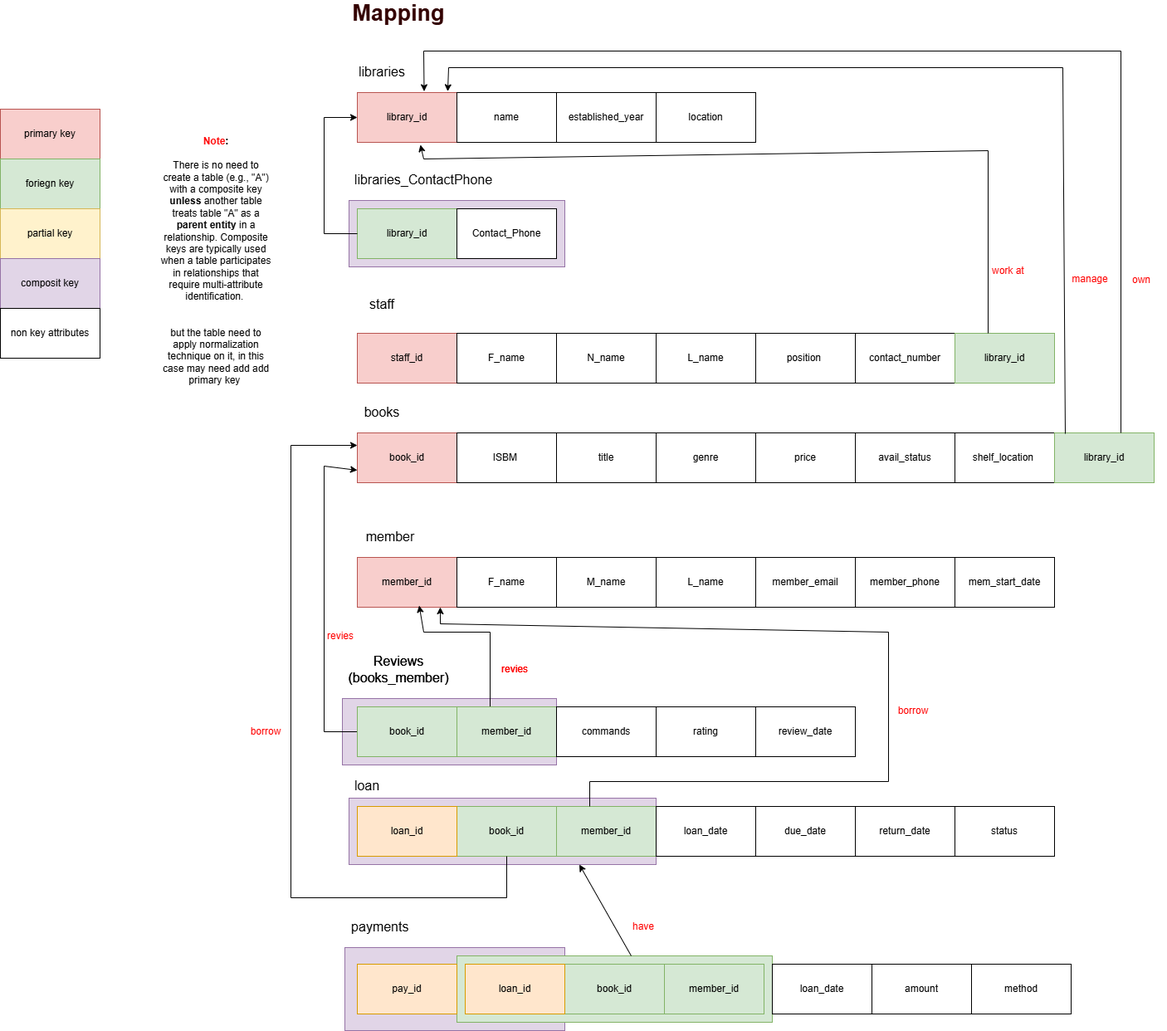
Above: images/Mapping.png in FatemaAlsaaidi/Library-Management-System---DB-Project-Part1- (draw.io), before the change. Source tidied: cells renumbered, new cells last; positions are measured from the earlier drawing's top-left corner, leaving out a move shared by most shapes.
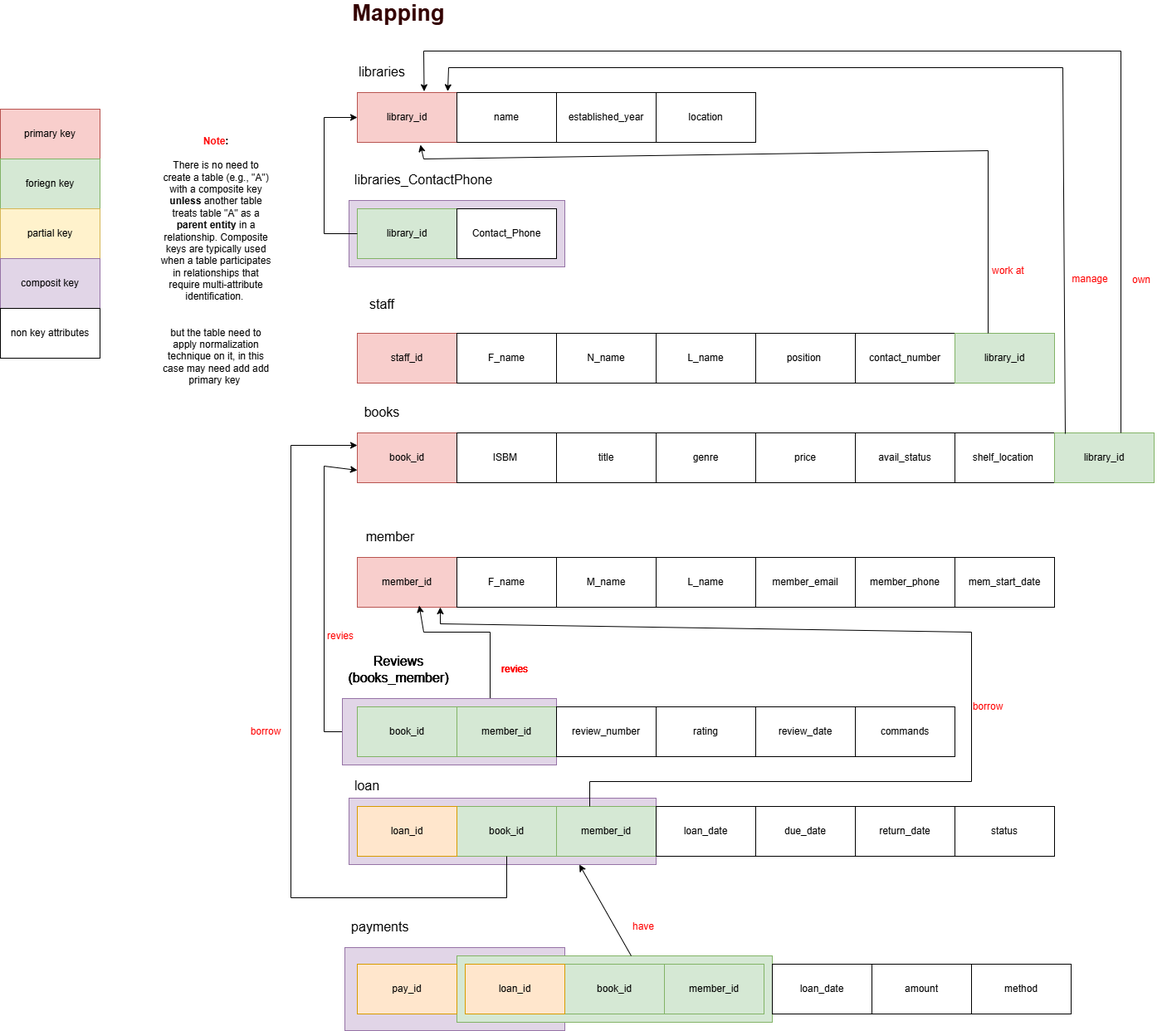
After the change.

Commit message:
updata Mapping digram for the system

The edit, as a diff of the source:
```diff
@@ -2,9 +2,9 @@
   <root>
     <mxCell id="0" />
     <mxCell id="1" parent="0" />
-    <mxCell id="2" style="rounded=0;whiteSpace=wrap;html=1;fillColor=#e1d5e7;strokeColor=#9673a6;" parent="1" vertex="1">
-      <mxGeometry x="412" y="840" width="258" height="80" as="geometry" />
-    </mxCell>
+    <mxCell id="93" style="rounded=0;whiteSpace=wrap;html=1;fillColor=#e1d5e7;strokeColor=#9673a6;" parent="1" vertex="1">
+      <mxGeometry x="412" y="840" width="258" height="80" as="geometry" />
+    </mxCell>
     <mxCell id="3" style="rounded=0;whiteSpace=wrap;html=1;fillColor=#e1d5e7;strokeColor=#9673a6;" parent="1" vertex="1">
       <mxGeometry x="420" y="240" width="260" height="80" as="geometry" />
     </mxCell>
@@ -68,24 +68,24 @@
     <mxCell id="23" value="library_id" style="rounded=0;whiteSpace=wrap;html=1;fillColor=#d5e8d4;strokeColor=#82b366;" parent="1" vertex="1">
       <mxGeometry x="1150" y="400" width="120" height="60" as="geometry" />
     </mxCell>
-    <mxCell id="24" style="endArrow=classic;html=1;rounded=0;entryX=0;entryY=0.5;entryDx=0;entryDy=0;" parent="1" edge="1" target="8">
-      <mxGeometry relative="1" as="geometry">
-        <mxPoint x="430" y="280" as="sourcePoint" />
-        <Array as="points">
-          <mxPoint x="390" y="280" />
-          <mxPoint x="390" y="140" />
-        </Array>
-      </mxGeometry>
-    </mxCell>
-    <mxCell id="25" style="endArrow=classic;html=1;rounded=0;entryX=0.633;entryY=1.05;entryDx=0;entryDy=0;entryPerimeter=0;" parent="1" edge="1" target="8">
-      <mxGeometry relative="1" as="geometry">
-        <mxPoint x="1190" y="400" as="sourcePoint" />
-        <Array as="points">
-          <mxPoint x="1190" y="180" />
-          <mxPoint x="510" y="190" />
-        </Array>
-      </mxGeometry>
-    </mxCell>
+    <mxCell id="94" style="endArrow=classic;html=1;rounded=0;entryX=0;entryY=0.5;entryDx=0;entryDy=0;" parent="1" edge="1" target="8">
+      <mxGeometry relative="1" as="geometry">
+        <mxPoint x="430" y="280" as="sourcePoint" />
+        <Array as="points">
+          <mxPoint x="390" y="280" />
+          <mxPoint x="390" y="140" />
+        </Array>
+      </mxGeometry>
+    </mxCell>
+    <mxCell id="95" style="endArrow=classic;html=1;rounded=0;entryX=0.633;entryY=1.05;entryDx=0;entryDy=0;entryPerimeter=0;" parent="1" edge="1" target="8">
+      <mxGeometry relative="1" as="geometry">
+        <mxPoint x="1190" y="400" as="sourcePoint" />
+        <Array as="points">
+          <mxPoint x="1190" y="180" />
+          <mxPoint x="510" y="190" />
+        </Array>
+      </mxGeometry>
+    </mxCell>
     <mxCell id="26" value="&lt;font style=&quot;color: rgb(255, 0, 0);&quot;&gt;work at&amp;nbsp;&lt;/font&gt;" style="text;html=1;align=center;verticalAlign=middle;whiteSpace=wrap;rounded=0;" parent="1" vertex="1">
       <mxGeometry x="1186" y="310" width="60" height="30" as="geometry" />
     </mxCell>
@@ -127,15 +127,15 @@
     <mxCell id="37" value="&lt;font style=&quot;color: rgb(255, 0, 0);&quot;&gt;manage&lt;/font&gt;" style="text;html=1;align=center;verticalAlign=middle;whiteSpace=wrap;rounded=0;" parent="1" vertex="1">
       <mxGeometry x="1283" y="320" width="60" height="30" as="geometry" />
     </mxCell>
-    <mxCell id="38" style="endArrow=classic;html=1;rounded=0;entryX=0.671;entryY=-0.025;entryDx=0;entryDy=0;entryPerimeter=0;" parent="1" edge="1" target="8">
-      <mxGeometry relative="1" as="geometry">
-        <mxPoint x="1350" y="520" as="sourcePoint" />
-        <Array as="points">
-          <mxPoint x="1350" y="60" />
-          <mxPoint x="510" y="60" />
-        </Array>
-      </mxGeometry>
-    </mxCell>
+    <mxCell id="96" style="endArrow=classic;html=1;rounded=0;entryX=0.671;entryY=-0.025;entryDx=0;entryDy=0;entryPerimeter=0;" parent="1" edge="1" target="8">
+      <mxGeometry relative="1" as="geometry">
+        <mxPoint x="1350" y="520" as="sourcePoint" />
+        <Array as="points">
+          <mxPoint x="1350" y="60" />
+          <mxPoint x="510" y="60" />
+        </Array>
+      </mxGeometry>
+    </mxCell>
     <mxCell id="39" value="&lt;font color=&quot;#ff0000&quot;&gt;own&lt;/font&gt;" style="text;html=1;align=center;verticalAlign=middle;whiteSpace=wrap;rounded=0;" parent="1" vertex="1">
       <mxGeometry x="1345" y="321" width="60" height="30" as="geometry" />
     </mxCell>
@@ -175,41 +175,41 @@
     <mxCell id="51" value="status" style="rounded=0;whiteSpace=wrap;html=1;" parent="1" vertex="1">
       <mxGeometry x="1150" y="970" width="120" height="60" as="geometry" />
     </mxCell>
-    <mxCell id="52" value="&lt;font style=&quot;font-size: 16px;&quot;&gt;Reviews (books_member)&lt;/font&gt;" style="text;html=1;align=center;verticalAlign=middle;whiteSpace=wrap;rounded=0;" parent="1" vertex="1">
-      <mxGeometry x="415" y="790" width="130" height="30" as="geometry" />
-    </mxCell>
-    <mxCell id="53" value="book_id" style="rounded=0;whiteSpace=wrap;html=1;fillColor=#d5e8d4;strokeColor=#82b366;" parent="1" vertex="1">
-      <mxGeometry x="430" y="850" width="120" height="60" as="geometry" />
-    </mxCell>
-    <mxCell id="54" value="member_id" style="rounded=0;whiteSpace=wrap;html=1;fillColor=#d5e8d4;strokeColor=#82b366;" parent="1" vertex="1">
-      <mxGeometry x="550" y="850" width="120" height="60" as="geometry" />
-    </mxCell>
-    <mxCell id="55" value="commands" style="rounded=0;whiteSpace=wrap;html=1;" parent="1" vertex="1">
-      <mxGeometry x="670" y="850" width="120" height="60" as="geometry" />
-    </mxCell>
-    <mxCell id="56" value="rating" style="rounded=0;whiteSpace=wrap;html=1;" parent="1" vertex="1">
-      <mxGeometry x="790" y="850" width="120" height="60" as="geometry" />
-    </mxCell>
-    <mxCell id="57" value="review_date" style="rounded=0;whiteSpace=wrap;html=1;" parent="1" vertex="1">
-      <mxGeometry x="910" y="850" width="120" height="60" as="geometry" />
-    </mxCell>
-    <mxCell id="58" style="endArrow=classic;html=1;rounded=0;entryX=0.621;entryY=0.967;entryDx=0;entryDy=0;entryPerimeter=0;" parent="1" edge="1" target="41">
-      <mxGeometry relative="1" as="geometry">
-        <mxPoint x="590" y="850" as="sourcePoint" />
-        <Array as="points">
-          <mxPoint x="590" y="760" />
-          <mxPoint x="510" y="760" />
-        </Array>
-      </mxGeometry>
-    </mxCell>
-    <mxCell id="59" style="endArrow=classic;html=1;rounded=0;exitX=0;exitY=0.5;exitDx=0;exitDy=0;entryX=0;entryY=0.75;entryDx=0;entryDy=0;" parent="1" edge="1" source="53" target="28">
-      <mxGeometry relative="1" as="geometry">
-        <Array as="points">
-          <mxPoint x="390" y="880" />
-          <mxPoint x="390" y="560" />
-        </Array>
-      </mxGeometry>
-    </mxCell>
+    <mxCell id="97" value="&lt;font style=&quot;font-size: 16px;&quot;&gt;Reviews (books_member)&lt;/font&gt;" style="text;html=1;align=center;verticalAlign=middle;whiteSpace=wrap;rounded=0;" parent="1" vertex="1">
+      <mxGeometry x="415" y="790" width="130" height="30" as="geometry" />
+    </mxCell>
+    <mxCell id="98" value="book_id" style="rounded=0;whiteSpace=wrap;html=1;fillColor=#d5e8d4;strokeColor=#82b366;" parent="1" vertex="1">
+      <mxGeometry x="430" y="850" width="120" height="60" as="geometry" />
+    </mxCell>
+    <mxCell id="99" value="member_id" style="rounded=0;whiteSpace=wrap;html=1;fillColor=#d5e8d4;strokeColor=#82b366;" parent="1" vertex="1">
+      <mxGeometry x="550" y="850" width="120" height="60" as="geometry" />
+    </mxCell>
+    <mxCell id="100" value="commands" style="rounded=0;whiteSpace=wrap;html=1;" parent="1" vertex="1">
+      <mxGeometry x="1030" y="850" width="120" height="60" as="geometry" />
+    </mxCell>
+    <mxCell id="101" value="rating" style="rounded=0;whiteSpace=wrap;html=1;" parent="1" vertex="1">
+      <mxGeometry x="790" y="850" width="120" height="60" as="geometry" />
+    </mxCell>
+    <mxCell id="102" value="review_date" style="rounded=0;whiteSpace=wrap;html=1;" parent="1" vertex="1">
+      <mxGeometry x="910" y="850" width="120" height="60" as="geometry" />
+    </mxCell>
+    <mxCell id="103" style="endArrow=classic;html=1;rounded=0;entryX=0.621;entryY=0.967;entryDx=0;entryDy=0;entryPerimeter=0;" parent="1" edge="1" target="41">
+      <mxGeometry relative="1" as="geometry">
+        <mxPoint x="590" y="850" as="sourcePoint" />
+        <Array as="points">
+          <mxPoint x="590" y="760" />
+          <mxPoint x="510" y="760" />
+        </Array>
+      </mxGeometry>
+    </mxCell>
+    <mxCell id="104" style="endArrow=classic;html=1;rounded=0;exitX=0;exitY=0.5;exitDx=0;exitDy=0;entryX=0;entryY=0.75;entryDx=0;entryDy=0;" parent="1" edge="1" source="98" target="28">
+      <mxGeometry relative="1" as="geometry">
+        <Array as="points">
+          <mxPoint x="390" y="880" />
+          <mxPoint x="390" y="560" />
+        </Array>
+      </mxGeometry>
+    </mxCell>
     <mxCell id="60" value="book_id" style="rounded=0;whiteSpace=wrap;html=1;fillColor=#d5e8d4;strokeColor=#82b366;" parent="1" vertex="1">
       <mxGeometry x="550" y="970" width="120" height="60" as="geometry" />
     </mxCell>
@@ -219,17 +219,17 @@
     <mxCell id="62" value="loan_id" style="rounded=0;whiteSpace=wrap;html=1;fillColor=#ffe6cc;strokeColor=#d79b00;" parent="1" vertex="1">
       <mxGeometry x="430" y="970" width="120" height="60" as="geometry" />
     </mxCell>
-    <mxCell id="63" style="endArrow=classic;html=1;rounded=0;entryX=0.833;entryY=1;entryDx=0;entryDy=0;entryPerimeter=0;" parent="1" edge="1" target="41">
-      <mxGeometry relative="1" as="geometry">
-        <mxPoint x="710" y="970" as="sourcePoint" />
-        <Array as="points">
-          <mxPoint x="710" y="940" />
-          <mxPoint x="1070" y="940" />
-          <mxPoint x="1070" y="760" />
-          <mxPoint x="530" y="750" />
-        </Array>
-      </mxGeometry>
-    </mxCell>
+    <mxCell id="105" style="endArrow=classic;html=1;rounded=0;entryX=0.833;entryY=1;entryDx=0;entryDy=0;entryPerimeter=0;" parent="1" edge="1" target="41">
+      <mxGeometry relative="1" as="geometry">
+        <mxPoint x="710" y="970" as="sourcePoint" />
+        <Array as="points">
+          <mxPoint x="710" y="940" />
+          <mxPoint x="1170" y="940" />
+          <mxPoint x="1170" y="760" />
+          <mxPoint x="530" y="750" />
+        </Array>
+      </mxGeometry>
+    </mxCell>
     <mxCell id="64" value="&lt;font style=&quot;font-size: 16px;&quot;&gt;payments&amp;nbsp;&lt;/font&gt;" style="text;html=1;align=center;verticalAlign=middle;whiteSpace=wrap;rounded=0;" parent="1" vertex="1">
       <mxGeometry x="430" y="1100" width="60" height="30" as="geometry" />
     </mxCell>
@@ -248,33 +248,33 @@
     <mxCell id="69" value="loan_id" style="rounded=0;whiteSpace=wrap;html=1;fillColor=#ffe6cc;strokeColor=#d79b00;" parent="1" vertex="1">
       <mxGeometry x="560" y="1160" width="120" height="60" as="geometry" />
     </mxCell>
-    <mxCell id="70" style="endArrow=classic;html=1;rounded=0;entryX=0.75;entryY=1;entryDx=0;entryDy=0;" parent="1" edge="1" target="6">
-      <mxGeometry relative="1" as="geometry">
-        <mxPoint x="760" y="1150" as="sourcePoint" />
-      </mxGeometry>
-    </mxCell>
+    <mxCell id="106" style="endArrow=classic;html=1;rounded=0;entryX=0.75;entryY=1;entryDx=0;entryDy=0;" parent="1" edge="1" target="6">
+      <mxGeometry relative="1" as="geometry">
+        <mxPoint x="760" y="1150" as="sourcePoint" />
+      </mxGeometry>
+    </mxCell>
     <mxCell id="71" value="&lt;font color=&quot;#ff0000&quot;&gt;have&lt;/font&gt;" style="text;html=1;align=center;verticalAlign=middle;whiteSpace=wrap;rounded=0;" parent="1" vertex="1">
       <mxGeometry x="745" y="1100" width="60" height="30" as="geometry" />
     </mxCell>
-    <mxCell id="72" style="endArrow=classic;html=1;rounded=0;entryX=0;entryY=0.25;entryDx=0;entryDy=0;" parent="1" edge="1" target="28">
-      <mxGeometry relative="1" as="geometry">
-        <mxPoint x="610" y="1030" as="sourcePoint" />
-        <Array as="points">
-          <mxPoint x="610" y="1080" />
-          <mxPoint x="350" y="1080" />
-          <mxPoint x="350" y="535" />
-        </Array>
-      </mxGeometry>
-    </mxCell>
+    <mxCell id="107" style="endArrow=classic;html=1;rounded=0;entryX=0;entryY=0.25;entryDx=0;entryDy=0;" parent="1" edge="1" target="28">
+      <mxGeometry relative="1" as="geometry">
+        <mxPoint x="610" y="1030" as="sourcePoint" />
+        <Array as="points">
+          <mxPoint x="610" y="1080" />
+          <mxPoint x="350" y="1080" />
+          <mxPoint x="350" y="535" />
+        </Array>
+      </mxGeometry>
+    </mxCell>
     <mxCell id="73" value="&lt;font color=&quot;#ff0000&quot;&gt;borrow&lt;/font&gt;" style="text;html=1;align=center;verticalAlign=middle;whiteSpace=wrap;rounded=0;" parent="1" vertex="1">
-      <mxGeometry x="1070" y="840" width="60" height="30" as="geometry" />
+      <mxGeometry x="1160" y="835" width="60" height="30" as="geometry" />
     </mxCell>
     <mxCell id="74" value="&lt;font color=&quot;#ff0000&quot;&gt;borrow&lt;/font&gt;" style="text;html=1;align=center;verticalAlign=middle;whiteSpace=wrap;rounded=0;" parent="1" vertex="1">
       <mxGeometry x="290" y="865" width="60" height="30" as="geometry" />
     </mxCell>
-    <mxCell id="75" value="&lt;font color=&quot;#ff0000&quot;&gt;revies&lt;/font&gt;" style="text;html=1;align=center;verticalAlign=middle;whiteSpace=wrap;rounded=0;" parent="1" vertex="1">
-      <mxGeometry x="590" y="790" width="60" height="30" as="geometry" />
-    </mxCell>
+    <mxCell id="108" value="&lt;font color=&quot;#ff0000&quot;&gt;revies&lt;/font&gt;" style="text;html=1;align=center;verticalAlign=middle;whiteSpace=wrap;rounded=0;" parent="1" vertex="1">
+      <mxGeometry x="590" y="790" width="60" height="30" as="geometry" />
+    </mxCell>
     <mxCell id="76" value="&lt;font color=&quot;#ff0000&quot;&gt;revies&lt;/font&gt;" style="text;html=1;align=center;verticalAlign=middle;whiteSpace=wrap;rounded=0;" parent="1" vertex="1">
       <mxGeometry x="380" y="750" width="60" height="30" as="geometry" />
     </mxCell>
@@ -299,32 +299,53 @@
     <mxCell id="83" value="&lt;strong&gt;&lt;font style=&quot;color: rgb(255, 0, 0);&quot;&gt;Note&lt;/font&gt;:&lt;/strong&gt;&lt;br&gt;&lt;br&gt;There is no need to create a table (e.g., &quot;A&quot;) with a composite key &lt;strong&gt;unless&lt;/strong&gt; another table treats table &quot;A&quot; as a &lt;strong&gt;parent entity&lt;/strong&gt; in a relationship. Composite keys are typically used when a table participates in relationships that require multi-attribute identification.&amp;nbsp;&lt;div&gt;&lt;br&gt;&lt;/div&gt;&lt;div&gt;&lt;br&gt;&lt;/div&gt;&lt;div&gt;but the table need to apply normalization technique on it, in this case may need add add primary key&amp;nbsp;&lt;/div&gt;" style="text;html=1;align=center;verticalAlign=middle;whiteSpace=wrap;rounded=0;" parent="1" vertex="1">
       <mxGeometry x="190" y="285" width="140" height="55" as="geometry" />
     </mxCell>
-    <mxCell id="84" value="&lt;font style=&quot;font-size: 16px;&quot;&gt;Reviews (books_member)&lt;/font&gt;" style="text;html=1;align=center;verticalAlign=middle;whiteSpace=wrap;rounded=0;" parent="1" vertex="1">
-      <mxGeometry x="415" y="790" width="130" height="30" as="geometry" />
-    </mxCell>
-    <mxCell id="85" value="book_id" style="rounded=0;whiteSpace=wrap;html=1;fillColor=#d5e8d4;strokeColor=#82b366;" parent="1" vertex="1">
-      <mxGeometry x="430" y="850" width="120" height="60" as="geometry" />
-    </mxCell>
-    <mxCell id="86" value="member_id" style="rounded=0;whiteSpace=wrap;html=1;fillColor=#d5e8d4;strokeColor=#82b366;" parent="1" vertex="1">
-      <mxGeometry x="550" y="850" width="120" height="60" as="geometry" />
-    </mxCell>
-    <mxCell id="87" value="commands" style="rounded=0;whiteSpace=wrap;html=1;" parent="1" vertex="1">
-      <mxGeometry x="670" y="850" width="120" height="60" as="geometry" />
-    </mxCell>
-    <mxCell id="88" value="rating" style="rounded=0;whiteSpace=wrap;html=1;" parent="1" vertex="1">
-      <mxGeometry x="790" y="850" width="120" height="60" as="geometry" />
-    </mxCell>
-    <mxCell id="89" value="review_date" style="rounded=0;whiteSpace=wrap;html=1;" parent="1" vertex="1">
-      <mxGeometry x="910" y="850" width="120" height="60" as="geometry" />
-    </mxCell>
-    <mxCell id="90" value="&lt;font color=&quot;#ff0000&quot;&gt;revies&lt;/font&gt;" style="text;html=1;align=center;verticalAlign=middle;whiteSpace=wrap;rounded=0;" parent="1" vertex="1">
-      <mxGeometry x="590" y="790" width="60" height="30" as="geometry" />
-    </mxCell>
+    <mxCell id="109" value="&lt;font style=&quot;font-size: 16px;&quot;&gt;Reviews (books_member)&lt;/font&gt;" style="text;html=1;align=center;verticalAlign=middle;whiteSpace=wrap;rounded=0;" parent="1" vertex="1">
+      <mxGeometry x="415" y="790" width="130" height="30" as="geometry" />
+    </mxCell>
+    <mxCell id="110" value="&lt;font color=&quot;#ff0000&quot;&gt;revies&lt;/font&gt;" style="text;html=1;align=center;verticalAlign=middle;whiteSpace=wrap;rounded=0;" parent="1" vertex="1">
+      <mxGeometry x="590" y="790" width="60" height="30" as="geometry" />
+    </mxCell>
     <mxCell id="91" value="amount" style="rounded=0;whiteSpace=wrap;html=1;" parent="1" vertex="1">
       <mxGeometry x="1050" y="1160" width="120" height="60" as="geometry" />
     </mxCell>
     <mxCell id="92" value="method" style="rounded=0;whiteSpace=wrap;html=1;" parent="1" vertex="1">
       <mxGeometry x="1170" y="1160" width="120" height="60" as="geometry" />
     </mxCell>
+    <mxCell id="111" value="review_number" style="rounded=0;whiteSpace=wrap;html=1;" parent="1" vertex="1">
+      <mxGeometry x="670" y="850" width="120" height="60" as="geometry" />
+    </mxCell>
+    <mxCell id="112" style="rounded=0;whiteSpace=wrap;html=1;fillColor=#e1d5e7;strokeColor=#9673a6;" parent="1" vertex="1">
+      <mxGeometry x="412" y="840" width="258" height="80" as="geometry" />
+    </mxCell>
+    <mxCell id="113" value="&lt;font style=&quot;font-size: 16px;&quot;&gt;Reviews (books_member)&lt;/font&gt;" style="text;html=1;align=center;verticalAlign=middle;whiteSpace=wrap;rounded=0;" parent="1" vertex="1">
+      <mxGeometry x="415" y="790" width="130" height="30" as="geometry" />
+    </mxCell>
+    <mxCell id="114" value="book_id" style="rounded=0;whiteSpace=wrap;html=1;fillColor=#d5e8d4;strokeColor=#82b366;" parent="1" vertex="1">
+      <mxGeometry x="430" y="850" width="120" height="60" as="geometry" />
+    </mxCell>
+    <mxCell id="115" value="member_id" style="rounded=0;whiteSpace=wrap;html=1;fillColor=#d5e8d4;strokeColor=#82b366;" parent="1" vertex="1">
+      <mxGeometry x="550" y="850" width="120" height="60" as="geometry" />
+    </mxCell>
+    <mxCell id="116" value="commands" style="rounded=0;whiteSpace=wrap;html=1;" parent="1" vertex="1">
+      <mxGeometry x="1030" y="850" width="120" height="60" as="geometry" />
+    </mxCell>
+    <mxCell id="117" value="rating" style="rounded=0;whiteSpace=wrap;html=1;" parent="1" vertex="1">
+      <mxGeometry x="790" y="850" width="120" height="60" as="geometry" />
+    </mxCell>
+    <mxCell id="118" value="review_date" style="rounded=0;whiteSpace=wrap;html=1;" parent="1" vertex="1">
+      <mxGeometry x="910" y="850" width="120" height="60" as="geometry" />
+    </mxCell>
+    <mxCell id="119" value="&lt;font color=&quot;#ff0000&quot;&gt;revies&lt;/font&gt;" style="text;html=1;align=center;verticalAlign=middle;whiteSpace=wrap;rounded=0;" parent="1" vertex="1">
+      <mxGeometry x="590" y="790" width="60" height="30" as="geometry" />
+    </mxCell>
+    <mxCell id="120" value="&lt;font style=&quot;font-size: 16px;&quot;&gt;Reviews (books_member)&lt;/font&gt;" style="text;html=1;align=center;verticalAlign=middle;whiteSpace=wrap;rounded=0;" parent="1" vertex="1">
+      <mxGeometry x="415" y="790" width="130" height="30" as="geometry" />
+    </mxCell>
+    <mxCell id="121" value="&lt;font color=&quot;#ff0000&quot;&gt;revies&lt;/font&gt;" style="text;html=1;align=center;verticalAlign=middle;whiteSpace=wrap;rounded=0;" parent="1" vertex="1">
+      <mxGeometry x="590" y="790" width="60" height="30" as="geometry" />
+    </mxCell>
+    <mxCell id="122" value="review_number" style="rounded=0;whiteSpace=wrap;html=1;" parent="1" vertex="1">
+      <mxGeometry x="670" y="850" width="120" height="60" as="geometry" />
+    </mxCell>
   </root>
 </mxGraphModel>
```
